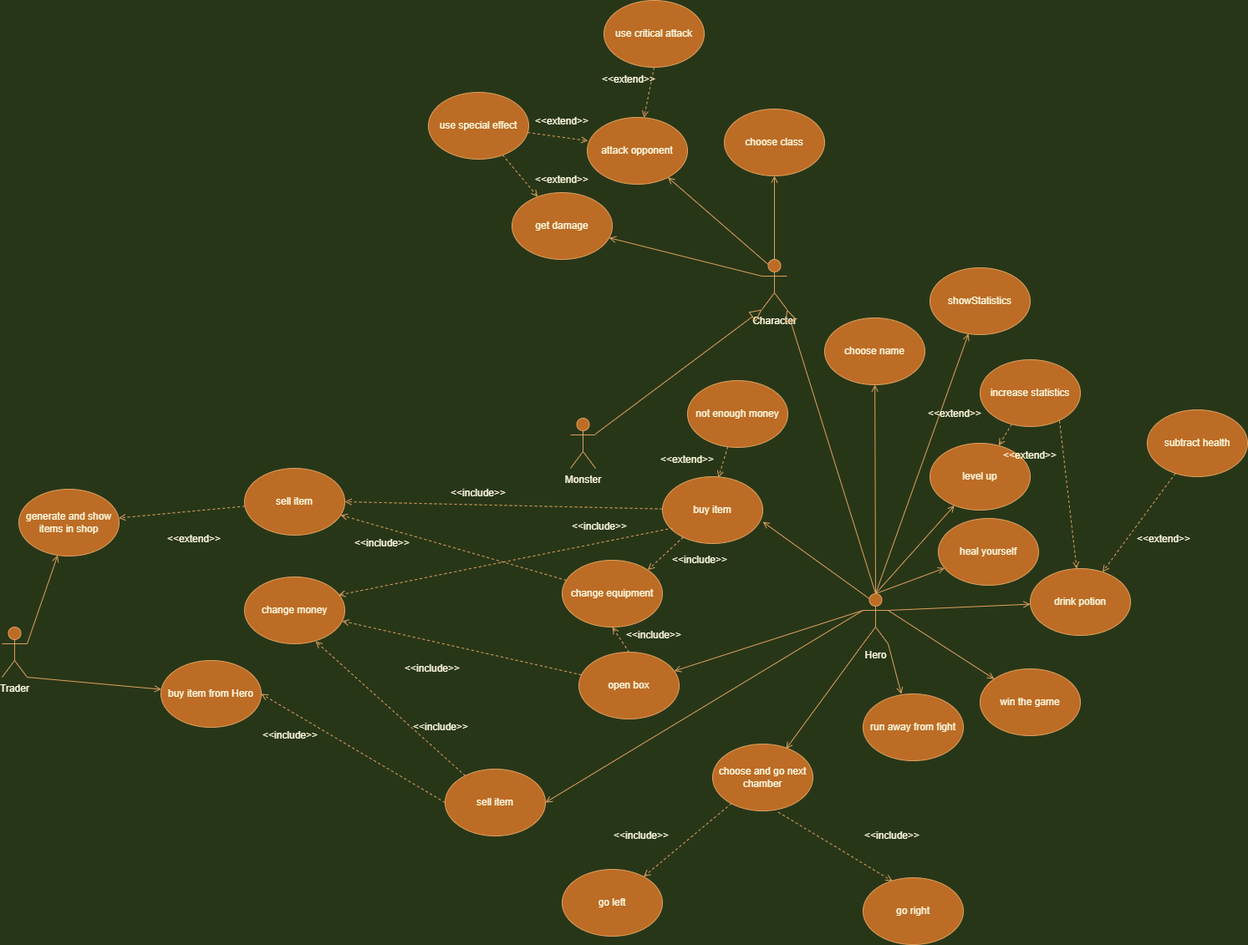
Earlier version of the draw.io export userCase.png (MientusJJ/RPG-GAME-CPP). Source tidied: cells renumbered, new cells last; positions are measured from the earlier drawing's top-left corner, leaving out a move shared by most shapes.
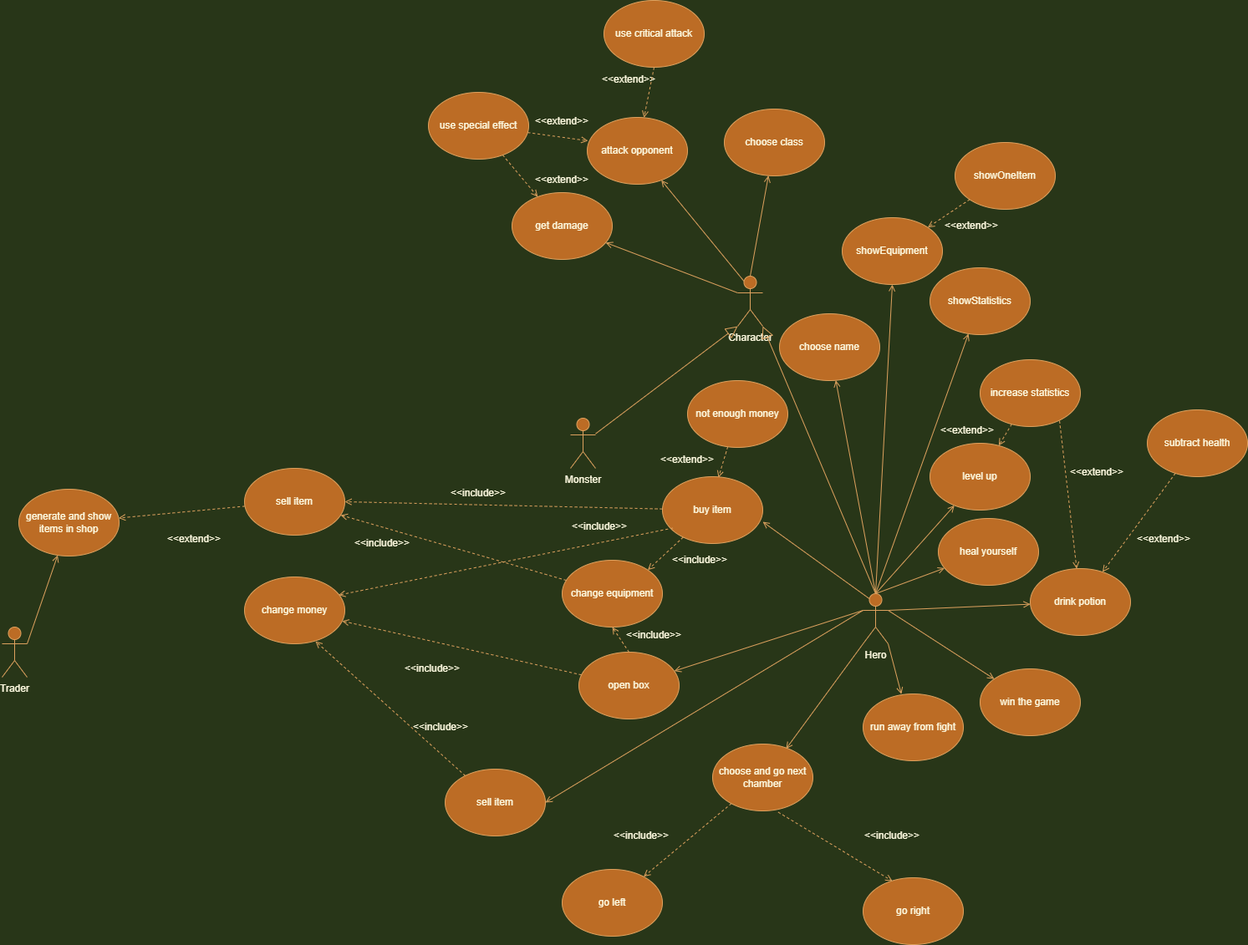
After the change.

The edit, as a diff of the source:
```diff
@@ -3,7 +3,7 @@
     <mxCell id="0" />
     <mxCell id="1" parent="0" />
     <mxCell id="2" value="Character&lt;br&gt;" style="shape=umlActor;verticalLabelPosition=bottom;verticalAlign=top;html=1;fillColor=#BC6C25;strokeColor=#DDA15E;fontColor=#FEFAE0;" parent="1" vertex="1">
-      <mxGeometry x="909" y="310" width="30" height="60" as="geometry" />
+      <mxGeometry x="880" y="330" width="30" height="60" as="geometry" />
     </mxCell>
     <mxCell id="3" value="choose class" style="ellipse;whiteSpace=wrap;html=1;fillColor=#BC6C25;strokeColor=#DDA15E;fontColor=#FEFAE0;" parent="1" vertex="1">
       <mxGeometry x="864" y="130" width="120" height="80" as="geometry" />
@@ -12,7 +12,7 @@
       <mxGeometry relative="1" as="geometry" />
     </mxCell>
     <mxCell id="5" value="choose name" style="ellipse;whiteSpace=wrap;html=1;fillColor=#BC6C25;strokeColor=#DDA15E;fontColor=#FEFAE0;" parent="1" vertex="1">
-      <mxGeometry x="984" y="380" width="120" height="80" as="geometry" />
+      <mxGeometry x="930" y="375" width="120" height="80" as="geometry" />
     </mxCell>
     <mxCell id="6" style="endArrow=open;html=1;rounded=0;exitX=0.5;exitY=0;exitDx=0;exitDy=0;exitPerimeter=0;endFill=0;strokeColor=#DDA15E;fontColor=#FEFAE0;labelBackgroundColor=#283618;" parent="1" edge="1" source="28" target="5">
       <mxGeometry relative="1" as="geometry" />
@@ -66,7 +66,7 @@
       <mxGeometry x="640" y="200" width="60" height="30" as="geometry" />
     </mxCell>
     <mxCell id="23" value="&amp;lt;&amp;lt;extend&amp;gt;&amp;gt;" style="text;html=1;strokeColor=none;fillColor=none;align=center;verticalAlign=middle;whiteSpace=wrap;rounded=0;fontColor=#FEFAE0;" parent="1" vertex="1">
-      <mxGeometry x="1110" y="480" width="60" height="30" as="geometry" />
+      <mxGeometry x="1125" y="500" width="60" height="30" as="geometry" />
     </mxCell>
     <mxCell id="24" style="endArrow=block;endFill=0;endSize=12;html=1;rounded=0;entryX=0;entryY=1;entryDx=0;entryDy=0;entryPerimeter=0;strokeColor=#DDA15E;fontColor=#FEFAE0;labelBackgroundColor=#283618;" parent="1" edge="1" source="27" target="2">
       <mxGeometry relative="1" as="geometry" />
@@ -101,24 +101,12 @@
     <mxCell id="34" style="endArrow=open;html=1;rounded=0;exitX=1;exitY=0.3333333333333333;exitDx=0;exitDy=0;exitPerimeter=0;endFill=0;strokeColor=#DDA15E;fontColor=#FEFAE0;labelBackgroundColor=#283618;" parent="1" edge="1" source="32" target="33">
       <mxGeometry relative="1" as="geometry" />
     </mxCell>
-    <mxCell id="35" value="buy item from Hero" style="ellipse;whiteSpace=wrap;html=1;fillColor=#BC6C25;strokeColor=#DDA15E;fontColor=#FEFAE0;" parent="1" vertex="1">
-      <mxGeometry x="190" y="790" width="120" height="80" as="geometry" />
-    </mxCell>
-    <mxCell id="36" style="endArrow=open;html=1;rounded=0;exitX=1;exitY=1;exitDx=0;exitDy=0;exitPerimeter=0;endFill=0;strokeColor=#DDA15E;fontColor=#FEFAE0;labelBackgroundColor=#283618;" parent="1" edge="1" source="32" target="35">
-      <mxGeometry relative="1" as="geometry" />
-    </mxCell>
     <mxCell id="37" style="endArrow=open;html=1;rounded=0;exitX=0;exitY=0.3333333333333333;exitDx=0;exitDy=0;exitPerimeter=0;endFill=0;entryX=1;entryY=0.5;entryDx=0;entryDy=0;strokeColor=#DDA15E;fontColor=#FEFAE0;labelBackgroundColor=#283618;" parent="1" edge="1" source="28" target="38">
       <mxGeometry relative="1" as="geometry" />
     </mxCell>
     <mxCell id="38" value="sell item" style="ellipse;whiteSpace=wrap;html=1;fillColor=#BC6C25;strokeColor=#DDA15E;fontColor=#FEFAE0;" parent="1" vertex="1">
       <mxGeometry x="530" y="920" width="120" height="80" as="geometry" />
     </mxCell>
-    <mxCell id="39" style="endArrow=open;startArrow=none;html=1;rounded=0;dashed=1;startFill=0;endFill=0;entryX=1;entryY=0.5;entryDx=0;entryDy=0;exitX=0;exitY=0.5;exitDx=0;exitDy=0;strokeColor=#DDA15E;fontColor=#FEFAE0;labelBackgroundColor=#283618;" parent="1" edge="1" source="38" target="35">
-      <mxGeometry relative="1" as="geometry" />
-    </mxCell>
-    <mxCell id="40" value="&amp;lt;&amp;lt;include&amp;gt;&amp;gt;" style="text;html=1;strokeColor=none;fillColor=none;align=center;verticalAlign=middle;whiteSpace=wrap;rounded=0;fontColor=#FEFAE0;" parent="1" vertex="1">
-      <mxGeometry x="310" y="860" width="70" height="40" as="geometry" />
-    </mxCell>
     <mxCell id="41" value="sell item" style="ellipse;whiteSpace=wrap;html=1;fillColor=#BC6C25;strokeColor=#DDA15E;fontColor=#FEFAE0;" parent="1" vertex="1">
       <mxGeometry x="290" y="560" width="120" height="80" as="geometry" />
     </mxCell>
@@ -243,7 +231,7 @@
       <mxGeometry relative="1" as="geometry" />
     </mxCell>
     <mxCell id="81" value="&amp;lt;&amp;lt;extend&amp;gt;&amp;gt;" style="text;html=1;strokeColor=none;fillColor=none;align=center;verticalAlign=middle;whiteSpace=wrap;rounded=0;fontColor=#FEFAE0;" parent="1" vertex="1">
-      <mxGeometry x="1200" y="530" width="60" height="30" as="geometry" />
+      <mxGeometry x="1280" y="550" width="60" height="30" as="geometry" />
     </mxCell>
     <mxCell id="82" style="endArrow=open;startArrow=none;html=1;rounded=0;dashed=1;startFill=0;endFill=0;strokeColor=#DDA15E;fontColor=#FEFAE0;labelBackgroundColor=#283618;exitX=0.792;exitY=0.913;exitDx=0;exitDy=0;exitPerimeter=0;" parent="1" edge="1" source="25" target="65">
       <mxGeometry relative="1" as="geometry" />
@@ -257,5 +245,20 @@
     <mxCell id="85" value="&amp;lt;&amp;lt;extend&amp;gt;&amp;gt;" style="text;html=1;strokeColor=none;fillColor=none;align=center;verticalAlign=middle;whiteSpace=wrap;rounded=0;fontColor=#FEFAE0;" parent="1" vertex="1">
       <mxGeometry x="1360" y="630" width="60" height="30" as="geometry" />
     </mxCell>
+    <mxCell id="86" value="showEquipment" style="ellipse;whiteSpace=wrap;html=1;fillColor=#BC6C25;strokeColor=#DDA15E;fontColor=#FEFAE0;" parent="1" vertex="1">
+      <mxGeometry x="1005" y="260" width="120" height="80" as="geometry" />
+    </mxCell>
+    <mxCell id="87" style="endArrow=open;html=1;rounded=0;exitX=0.5;exitY=0;exitDx=0;exitDy=0;exitPerimeter=0;endFill=0;strokeColor=#DDA15E;fontColor=#FEFAE0;labelBackgroundColor=#283618;entryX=0.5;entryY=1;entryDx=0;entryDy=0;" parent="1" edge="1" source="28" target="86">
+      <mxGeometry relative="1" as="geometry" />
+    </mxCell>
+    <mxCell id="88" value="showOneItem" style="ellipse;whiteSpace=wrap;html=1;fillColor=#BC6C25;strokeColor=#DDA15E;fontColor=#FEFAE0;" parent="1" vertex="1">
+      <mxGeometry x="1140" y="170" width="120" height="80" as="geometry" />
+    </mxCell>
+    <mxCell id="89" style="endArrow=open;startArrow=none;html=1;rounded=0;dashed=1;startFill=0;endFill=0;strokeColor=#DDA15E;fontColor=#FEFAE0;labelBackgroundColor=#283618;exitX=0;exitY=1;exitDx=0;exitDy=0;entryX=1;entryY=0;entryDx=0;entryDy=0;" parent="1" edge="1" source="88" target="86">
+      <mxGeometry relative="1" as="geometry" />
+    </mxCell>
+    <mxCell id="90" value="&amp;lt;&amp;lt;extend&amp;gt;&amp;gt;" style="text;html=1;strokeColor=none;fillColor=none;align=center;verticalAlign=middle;whiteSpace=wrap;rounded=0;fontColor=#FEFAE0;" parent="1" vertex="1">
+      <mxGeometry x="1130" y="255" width="60" height="30" as="geometry" />
+    </mxCell>
   </root>
 </mxGraphModel>
```
